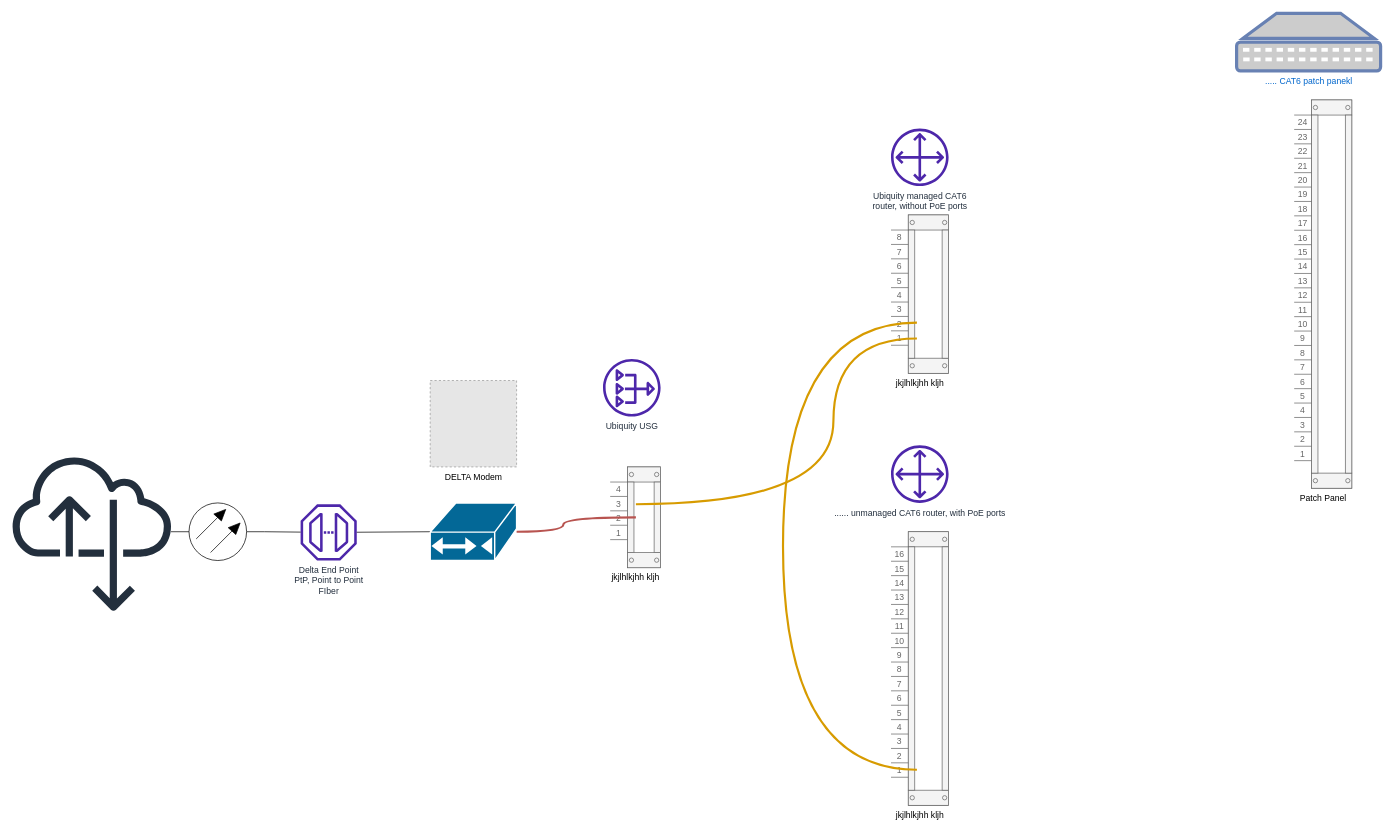
Earlier version of the draw.io diagram blue-OX network.drawio (blueOXnl/blueOXnl.GitHub.io). Source tidied: cells renumbered, new cells numbered last; positions are measured from the earlier drawing's top-left corner, leaving out a move shared by most shapes. Both pictures are drawn from the tidied source at 72%, with x=0, y=0 at pixel (12, 13). Pictures stored in the file or linked from it are replaced by grey dashed boxes.
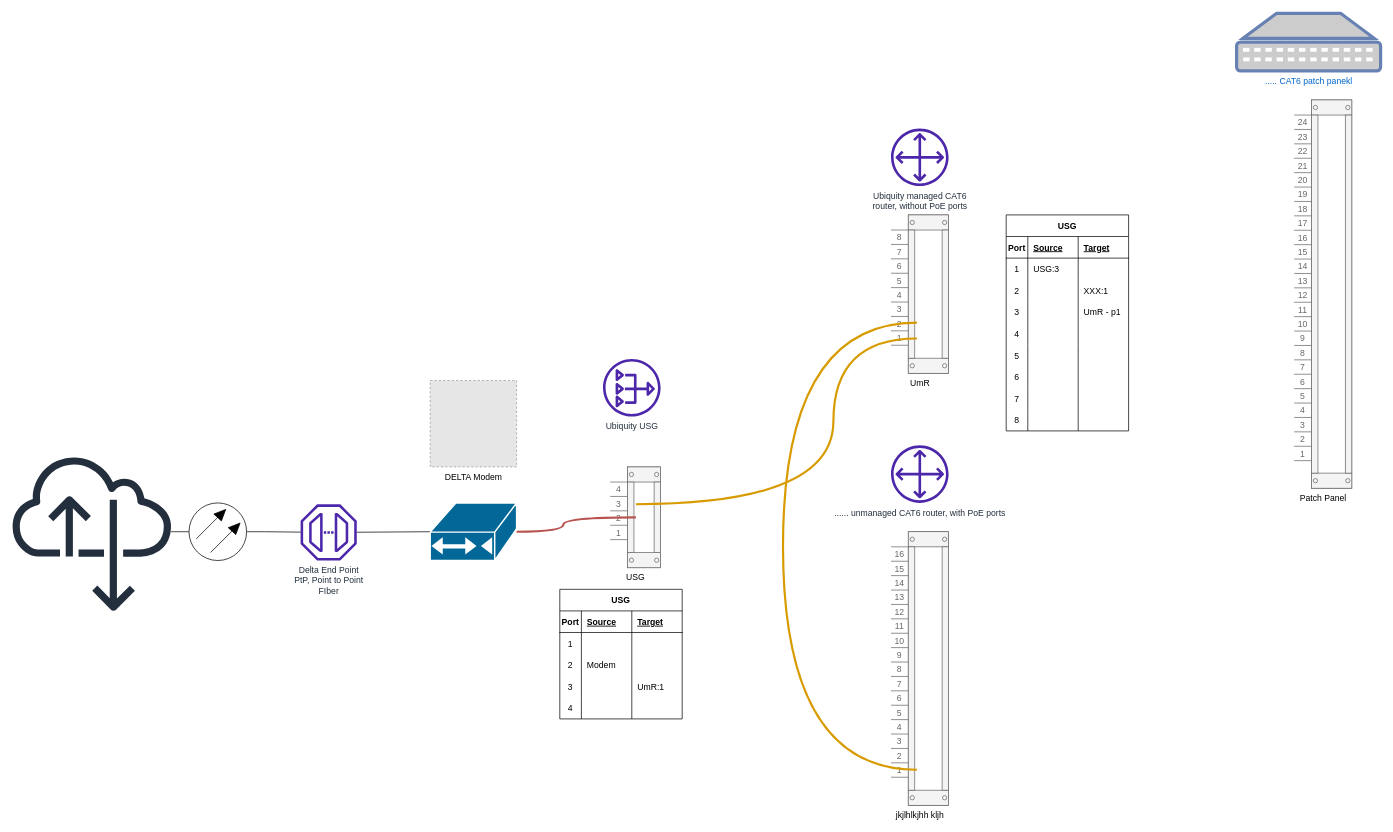
The same diagram, later.

What changed in the source:
```diff
@@
-    <mxCell id="8" value="jkjlhlkjhh kljh" style="strokeColor=#666666;html=1;verticalLabelPosition=bottom;labelBackgroundColor=#ffffff;verticalAlign=top;outlineConnect=0;shadow=0;dashed=0;shape=mxgraph.rackGeneral.container;allowGaps=1;textColor=#666666;numDisp=ascend;points=[[0.45,0.14,0,0,0],[0.45,0.23,0,0,0],[0.45,0.31,0,0,0],[0.45,0.4,0,0,0],[0.45,0.5,0,0,0],[0.45,0.59,0,0,0],[0.45,0.68,0,0,0],[0.45,0.78,0,0,0]];direction=east;" parent="1" vertex="1">
+    <mxCell id="8" value="UmR" style="strokeColor=#666666;html=1;verticalLabelPosition=bottom;labelBackgroundColor=#ffffff;verticalAlign=top;outlineConnect=0;shadow=0;dashed=0;shape=mxgraph.rackGeneral.container;allowGaps=1;textColor=#666666;numDisp=ascend;points=[[0.45,0.14,0,0,0],[0.45,0.23,0,0,0],[0.45,0.31,0,0,0],[0.45,0.4,0,0,0],[0.45,0.5,0,0,0],[0.45,0.59,0,0,0],[0.45,0.68,0,0,0],[0.45,0.78,0,0,0]];direction=east;" parent="1" vertex="1">
       <mxGeometry x="1220" y="280" width="80" height="220" as="geometry" />
     </mxCell>
-    <mxCell id="9" value="jkjlhlkjhh kljh" style="strokeColor=#666666;html=1;verticalLabelPosition=bottom;labelBackgroundColor=#ffffff;verticalAlign=top;outlineConnect=0;shadow=0;dashed=0;shape=mxgraph.rackGeneral.container;allowGaps=1;textColor=#666666;numDisp=ascend;points=[[0.51,0.24,0,0,0],[0.51,0.37,0,0,0],[0.51,0.5,0,0,0],[0.51,0.65,0,0,0]];direction=east;flipV=0;flipH=0;" parent="1" vertex="1">
+    <mxCell id="9" value="USG" style="strokeColor=#666666;html=1;verticalLabelPosition=bottom;labelBackgroundColor=#ffffff;verticalAlign=top;outlineConnect=0;shadow=0;dashed=0;shape=mxgraph.rackGeneral.container;allowGaps=1;textColor=#666666;numDisp=ascend;points=[[0.51,0.24,0,0,0],[0.51,0.37,0,0,0],[0.51,0.5,0,0,0],[0.51,0.65,0,0,0]];direction=east;flipV=0;flipH=0;" parent="1" vertex="1">
       <mxGeometry x="830" y="630" width="70" height="140" as="geometry" />
     </mxCell>
@@
+    <mxCell id="20" value="USG" style="shape=table;startSize=30;childLayout=tableLayout;rowLines=0;fontStyle=1;align=center;" parent="1" vertex="1">
+      <mxGeometry x="760" y="800" width="170" height="180" as="geometry" />
+    </mxCell>
+    <mxCell id="21" style="shape=tableRow;horizontal=0;startSize=0;swimlaneHead=0;swimlaneBody=0;fillColor=none;top=0;left=0;right=0;bottom=1;" parent="20" vertex="1">
+      <mxGeometry y="30" width="170" height="30" as="geometry" />
+    </mxCell>
+    <mxCell id="22" value="Port" style="shape=partialRectangle;fillColor=none;top=0;left=0;bottom=0;right=0;fontStyle=1;overflow=hidden;" parent="21" vertex="1">
+      <mxGeometry width="30" height="30" as="geometry" />
+    </mxCell>
+    <mxCell id="23" value="Source" style="shape=partialRectangle;fillColor=none;top=0;left=0;bottom=0;right=0;align=left;spacingLeft=6;fontStyle=5;overflow=hidden;" parent="21" vertex="1">
+      <mxGeometry x="30" width="70" height="30" as="geometry" />
+    </mxCell>
+    <mxCell id="24" value="Target" style="shape=partialRectangle;fillColor=none;top=0;left=0;bottom=0;right=0;align=left;spacingLeft=6;fontStyle=5;overflow=hidden;" parent="21" vertex="1">
+      <mxGeometry x="100" width="70" height="30" as="geometry" />
+    </mxCell>
+    <mxCell id="25" style="shape=tableRow;horizontal=0;startSize=0;swimlaneHead=0;swimlaneBody=0;fillColor=none;top=0;left=0;right=0;bottom=0;" parent="20" vertex="1">
+      <mxGeometry y="60" width="170" height="30" as="geometry" />
+    </mxCell>
+    <mxCell id="26" value="1" style="shape=partialRectangle;fillColor=none;top=0;left=0;bottom=0;right=0;overflow=hidden;" parent="25" vertex="1">
+      <mxGeometry width="30" height="30" as="geometry" />
+    </mxCell>
+    <mxCell id="27" style="shape=partialRectangle;fillColor=none;top=0;left=0;bottom=0;right=0;align=left;spacingLeft=6;overflow=hidden;" parent="25" vertex="1">
+      <mxGeometry x="30" width="70" height="30" as="geometry" />
+    </mxCell>
+    <mxCell id="28" style="shape=partialRectangle;fillColor=none;top=0;left=0;bottom=0;right=0;align=left;spacingLeft=6;overflow=hidden;" parent="25" vertex="1">
+      <mxGeometry x="100" width="70" height="30" as="geometry" />
+    </mxCell>
+    <mxCell id="29" style="shape=tableRow;horizontal=0;startSize=0;swimlaneHead=0;swimlaneBody=0;fillColor=none;top=0;left=0;right=0;bottom=0;" parent="20" vertex="1">
+      <mxGeometry y="90" width="170" height="30" as="geometry" />
+    </mxCell>
+    <mxCell id="30" value="2" style="shape=partialRectangle;fillColor=none;top=0;left=0;bottom=0;right=0;overflow=hidden;" parent="29" vertex="1">
+      <mxGeometry width="30" height="30" as="geometry" />
+    </mxCell>
+    <mxCell id="31" value="Modem" style="shape=partialRectangle;fillColor=none;top=0;left=0;bottom=0;right=0;align=left;spacingLeft=6;overflow=hidden;" parent="29" vertex="1">
+      <mxGeometry x="30" width="70" height="30" as="geometry" />
+    </mxCell>
+    <mxCell id="32" style="shape=partialRectangle;fillColor=none;top=0;left=0;bottom=0;right=0;align=left;spacingLeft=6;overflow=hidden;" parent="29" vertex="1">
+      <mxGeometry x="100" width="70" height="30" as="geometry" />
+    </mxCell>
+    <mxCell id="33" style="shape=tableRow;horizontal=0;startSize=0;swimlaneHead=0;swimlaneBody=0;fillColor=none;top=0;left=0;right=0;bottom=0;" parent="20" vertex="1">
+      <mxGeometry y="120" width="170" height="30" as="geometry" />
+    </mxCell>
+    <mxCell id="34" value="3" style="shape=partialRectangle;fillColor=none;top=0;left=0;bottom=0;right=0;overflow=hidden;" parent="33" vertex="1">
+      <mxGeometry width="30" height="30" as="geometry" />
+    </mxCell>
+    <mxCell id="35" style="shape=partialRectangle;fillColor=none;top=0;left=0;bottom=0;right=0;align=left;spacingLeft=6;overflow=hidden;" parent="33" vertex="1">
+      <mxGeometry x="30" width="70" height="30" as="geometry" />
+    </mxCell>
+    <mxCell id="36" value="UmR:1" style="shape=partialRectangle;fillColor=none;top=0;left=0;bottom=0;right=0;align=left;spacingLeft=6;overflow=hidden;" parent="33" vertex="1">
+      <mxGeometry x="100" width="70" height="30" as="geometry" />
+    </mxCell>
+    <mxCell id="37" style="shape=tableRow;horizontal=0;startSize=0;swimlaneHead=0;swimlaneBody=0;fillColor=none;top=0;left=0;right=0;bottom=0;" parent="20" vertex="1">
+      <mxGeometry y="150" width="170" height="30" as="geometry" />
+    </mxCell>
+    <mxCell id="38" value="4" style="shape=partialRectangle;fillColor=none;top=0;left=0;bottom=0;right=0;overflow=hidden;" parent="37" vertex="1">
+      <mxGeometry width="30" height="30" as="geometry" />
+    </mxCell>
+    <mxCell id="39" style="shape=partialRectangle;fillColor=none;top=0;left=0;bottom=0;right=0;align=left;spacingLeft=6;overflow=hidden;" parent="37" vertex="1">
+      <mxGeometry x="30" width="70" height="30" as="geometry" />
+    </mxCell>
+    <mxCell id="40" style="shape=partialRectangle;fillColor=none;top=0;left=0;bottom=0;right=0;align=left;spacingLeft=6;overflow=hidden;" parent="37" vertex="1">
+      <mxGeometry x="100" width="70" height="30" as="geometry" />
+    </mxCell>
+    <mxCell id="41" value="USG" style="shape=table;startSize=30;childLayout=tableLayout;rowLines=0;fontStyle=1;align=center;" parent="1" vertex="1">
+      <mxGeometry x="1380" y="280" width="170" height="300" as="geometry" />
+    </mxCell>
+    <mxCell id="42" style="shape=tableRow;horizontal=0;startSize=0;swimlaneHead=0;swimlaneBody=0;fillColor=none;top=0;left=0;right=0;bottom=1;" parent="41" vertex="1">
+      <mxGeometry y="30" width="170" height="30" as="geometry" />
+    </mxCell>
+    <mxCell id="43" value="Port" style="shape=partialRectangle;fillColor=none;top=0;left=0;bottom=0;right=0;fontStyle=1;overflow=hidden;" parent="42" vertex="1">
+      <mxGeometry width="30" height="30" as="geometry" />
+    </mxCell>
+    <mxCell id="44" value="Source" style="shape=partialRectangle;fillColor=none;top=0;left=0;bottom=0;right=0;align=left;spacingLeft=6;fontStyle=5;overflow=hidden;" parent="42" vertex="1">
+      <mxGeometry x="30" width="70" height="30" as="geometry" />
+    </mxCell>
+    <mxCell id="45" value="Target" style="shape=partialRectangle;fillColor=none;top=0;left=0;bottom=0;right=0;align=left;spacingLeft=6;fontStyle=5;overflow=hidden;" parent="42" vertex="1">
+      <mxGeometry x="100" width="70" height="30" as="geometry" />
+    </mxCell>
+    <mxCell id="46" style="shape=tableRow;horizontal=0;startSize=0;swimlaneHead=0;swimlaneBody=0;fillColor=none;top=0;left=0;right=0;bottom=0;" parent="41" vertex="1">
+      <mxGeometry y="60" width="170" height="30" as="geometry" />
+    </mxCell>
+    <mxCell id="47" value="1" style="shape=partialRectangle;fillColor=none;top=0;left=0;bottom=0;right=0;overflow=hidden;" parent="46" vertex="1">
+      <mxGeometry width="30" height="30" as="geometry" />
+    </mxCell>
+    <mxCell id="48" value="USG:3" style="shape=partialRectangle;fillColor=none;top=0;left=0;bottom=0;right=0;align=left;spacingLeft=6;overflow=hidden;" parent="46" vertex="1">
+      <mxGeometry x="30" width="70" height="30" as="geometry" />
+    </mxCell>
+    <mxCell id="49" style="shape=partialRectangle;fillColor=none;top=0;left=0;bottom=0;right=0;align=left;spacingLeft=6;overflow=hidden;" parent="46" vertex="1">
+      <mxGeometry x="100" width="70" height="30" as="geometry" />
+    </mxCell>
+    <mxCell id="50" style="shape=tableRow;horizontal=0;startSize=0;swimlaneHead=0;swimlaneBody=0;fillColor=none;top=0;left=0;right=0;bottom=0;" parent="41" vertex="1">
+      <mxGeometry y="90" width="170" height="30" as="geometry" />
+    </mxCell>
+    <mxCell id="51" value="2" style="shape=partialRectangle;fillColor=none;top=0;left=0;bottom=0;right=0;overflow=hidden;" parent="50" vertex="1">
+      <mxGeometry width="30" height="30" as="geometry" />
+    </mxCell>
+    <mxCell id="52" style="shape=partialRectangle;fillColor=none;top=0;left=0;bottom=0;right=0;align=left;spacingLeft=6;overflow=hidden;" parent="50" vertex="1">
+      <mxGeometry x="30" width="70" height="30" as="geometry" />
+    </mxCell>
+    <mxCell id="53" value="XXX:1" style="shape=partialRectangle;fillColor=none;top=0;left=0;bottom=0;right=0;align=left;spacingLeft=6;overflow=hidden;" parent="50" vertex="1">
+      <mxGeometry x="100" width="70" height="30" as="geometry" />
+    </mxCell>
+    <mxCell id="54" style="shape=tableRow;horizontal=0;startSize=0;swimlaneHead=0;swimlaneBody=0;fillColor=none;top=0;left=0;right=0;bottom=0;" parent="41" vertex="1">
+      <mxGeometry y="120" width="170" height="30" as="geometry" />
+    </mxCell>
+    <mxCell id="55" value="3" style="shape=partialRectangle;fillColor=none;top=0;left=0;bottom=0;right=0;overflow=hidden;" parent="54" vertex="1">
+      <mxGeometry width="30" height="30" as="geometry" />
+    </mxCell>
+    <mxCell id="56" style="shape=partialRectangle;fillColor=none;top=0;left=0;bottom=0;right=0;align=left;spacingLeft=6;overflow=hidden;" parent="54" vertex="1">
+      <mxGeometry x="30" width="70" height="30" as="geometry" />
+    </mxCell>
+    <mxCell id="57" value="UmR - p1" style="shape=partialRectangle;fillColor=none;top=0;left=0;bottom=0;right=0;align=left;spacingLeft=6;overflow=hidden;" parent="54" vertex="1">
+      <mxGeometry x="100" width="70" height="30" as="geometry" />
+    </mxCell>
+    <mxCell id="58" style="shape=tableRow;horizontal=0;startSize=0;swimlaneHead=0;swimlaneBody=0;fillColor=none;top=0;left=0;right=0;bottom=0;" parent="41" vertex="1">
+      <mxGeometry y="150" width="170" height="30" as="geometry" />
+    </mxCell>
+    <mxCell id="59" value="4" style="shape=partialRectangle;fillColor=none;top=0;left=0;bottom=0;right=0;overflow=hidden;" parent="58" vertex="1">
+      <mxGeometry width="30" height="30" as="geometry" />
+    </mxCell>
+    <mxCell id="60" style="shape=partialRectangle;fillColor=none;top=0;left=0;bottom=0;right=0;align=left;spacingLeft=6;overflow=hidden;" parent="58" vertex="1">
+      <mxGeometry x="30" width="70" height="30" as="geometry" />
+    </mxCell>
+    <mxCell id="61" style="shape=partialRectangle;fillColor=none;top=0;left=0;bottom=0;right=0;align=left;spacingLeft=6;overflow=hidden;" parent="58" vertex="1">
+      <mxGeometry x="100" width="70" height="30" as="geometry" />
+    </mxCell>
+    <mxCell id="62" style="shape=tableRow;horizontal=0;startSize=0;swimlaneHead=0;swimlaneBody=0;fillColor=none;top=0;left=0;right=0;bottom=0;" parent="41" vertex="1">
+      <mxGeometry y="180" width="170" height="30" as="geometry" />
+    </mxCell>
+    <mxCell id="63" value="5" style="shape=partialRectangle;fillColor=none;top=0;left=0;bottom=0;right=0;overflow=hidden;" parent="62" vertex="1">
+      <mxGeometry width="30" height="30" as="geometry" />
+    </mxCell>
+    <mxCell id="64" style="shape=partialRectangle;fillColor=none;top=0;left=0;bottom=0;right=0;align=left;spacingLeft=6;overflow=hidden;" parent="62" vertex="1">
+      <mxGeometry x="30" width="70" height="30" as="geometry" />
+    </mxCell>
+    <mxCell id="65" style="shape=partialRectangle;fillColor=none;top=0;left=0;bottom=0;right=0;align=left;spacingLeft=6;overflow=hidden;" parent="62" vertex="1">
+      <mxGeometry x="100" width="70" height="30" as="geometry" />
+    </mxCell>
+    <mxCell id="66" style="shape=tableRow;horizontal=0;startSize=0;swimlaneHead=0;swimlaneBody=0;fillColor=none;top=0;left=0;right=0;bottom=0;" parent="41" vertex="1">
+      <mxGeometry y="210" width="170" height="30" as="geometry" />
+    </mxCell>
+    <mxCell id="67" value="6" style="shape=partialRectangle;fillColor=none;top=0;left=0;bottom=0;right=0;overflow=hidden;" parent="66" vertex="1">
+      <mxGeometry width="30" height="30" as="geometry" />
+    </mxCell>
+    <mxCell id="68" style="shape=partialRectangle;fillColor=none;top=0;left=0;bottom=0;right=0;align=left;spacingLeft=6;overflow=hidden;" parent="66" vertex="1">
+      <mxGeometry x="30" width="70" height="30" as="geometry" />
+    </mxCell>
+    <mxCell id="69" style="shape=partialRectangle;fillColor=none;top=0;left=0;bottom=0;right=0;align=left;spacingLeft=6;overflow=hidden;" parent="66" vertex="1">
+      <mxGeometry x="100" width="70" height="30" as="geometry" />
+    </mxCell>
+    <mxCell id="70" style="shape=tableRow;horizontal=0;startSize=0;swimlaneHead=0;swimlaneBody=0;fillColor=none;top=0;left=0;right=0;bottom=0;" parent="41" vertex="1">
+      <mxGeometry y="240" width="170" height="30" as="geometry" />
+    </mxCell>
+    <mxCell id="71" value="7" style="shape=partialRectangle;fillColor=none;top=0;left=0;bottom=0;right=0;overflow=hidden;" parent="70" vertex="1">
+      <mxGeometry width="30" height="30" as="geometry" />
+    </mxCell>
+    <mxCell id="72" style="shape=partialRectangle;fillColor=none;top=0;left=0;bottom=0;right=0;align=left;spacingLeft=6;overflow=hidden;" parent="70" vertex="1">
+      <mxGeometry x="30" width="70" height="30" as="geometry" />
+    </mxCell>
+    <mxCell id="73" style="shape=partialRectangle;fillColor=none;top=0;left=0;bottom=0;right=0;align=left;spacingLeft=6;overflow=hidden;" parent="70" vertex="1">
+      <mxGeometry x="100" width="70" height="30" as="geometry" />
+    </mxCell>
+    <mxCell id="74" style="shape=tableRow;horizontal=0;startSize=0;swimlaneHead=0;swimlaneBody=0;fillColor=none;top=0;left=0;right=0;bottom=0;" parent="41" vertex="1">
+      <mxGeometry y="270" width="170" height="30" as="geometry" />
+    </mxCell>
+    <mxCell id="75" value="8" style="shape=partialRectangle;fillColor=none;top=0;left=0;bottom=0;right=0;overflow=hidden;" parent="74" vertex="1">
+      <mxGeometry width="30" height="30" as="geometry" />
+    </mxCell>
+    <mxCell id="76" style="shape=partialRectangle;fillColor=none;top=0;left=0;bottom=0;right=0;align=left;spacingLeft=6;overflow=hidden;" parent="74" vertex="1">
+      <mxGeometry x="30" width="70" height="30" as="geometry" />
+    </mxCell>
+    <mxCell id="77" style="shape=partialRectangle;fillColor=none;top=0;left=0;bottom=0;right=0;align=left;spacingLeft=6;overflow=hidden;" parent="74" vertex="1">
+      <mxGeometry x="100" width="70" height="30" as="geometry" />
+    </mxCell>
```
